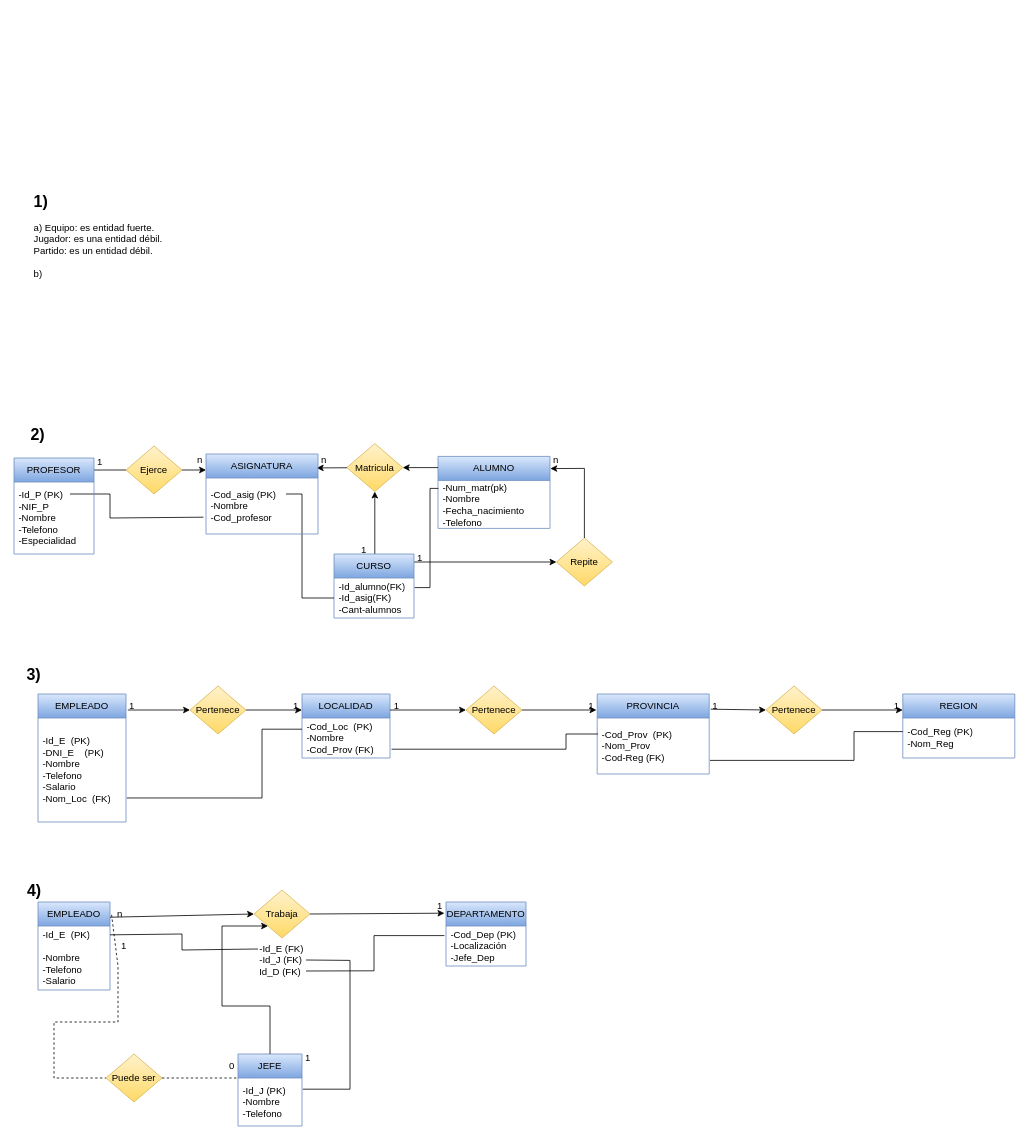
The draw.io diagram Diagrama sin título.drawio in NahuelLV/Base-de-Datos, before the edit. Source tidied: cells renumbered, new cells numbered last; positions are measured from the earlier drawing's top-left corner, leaving out a move shared by most shapes. Both pictures are drawn from the tidied source at 80%, with x=0, y=0 at pixel (14, 190).
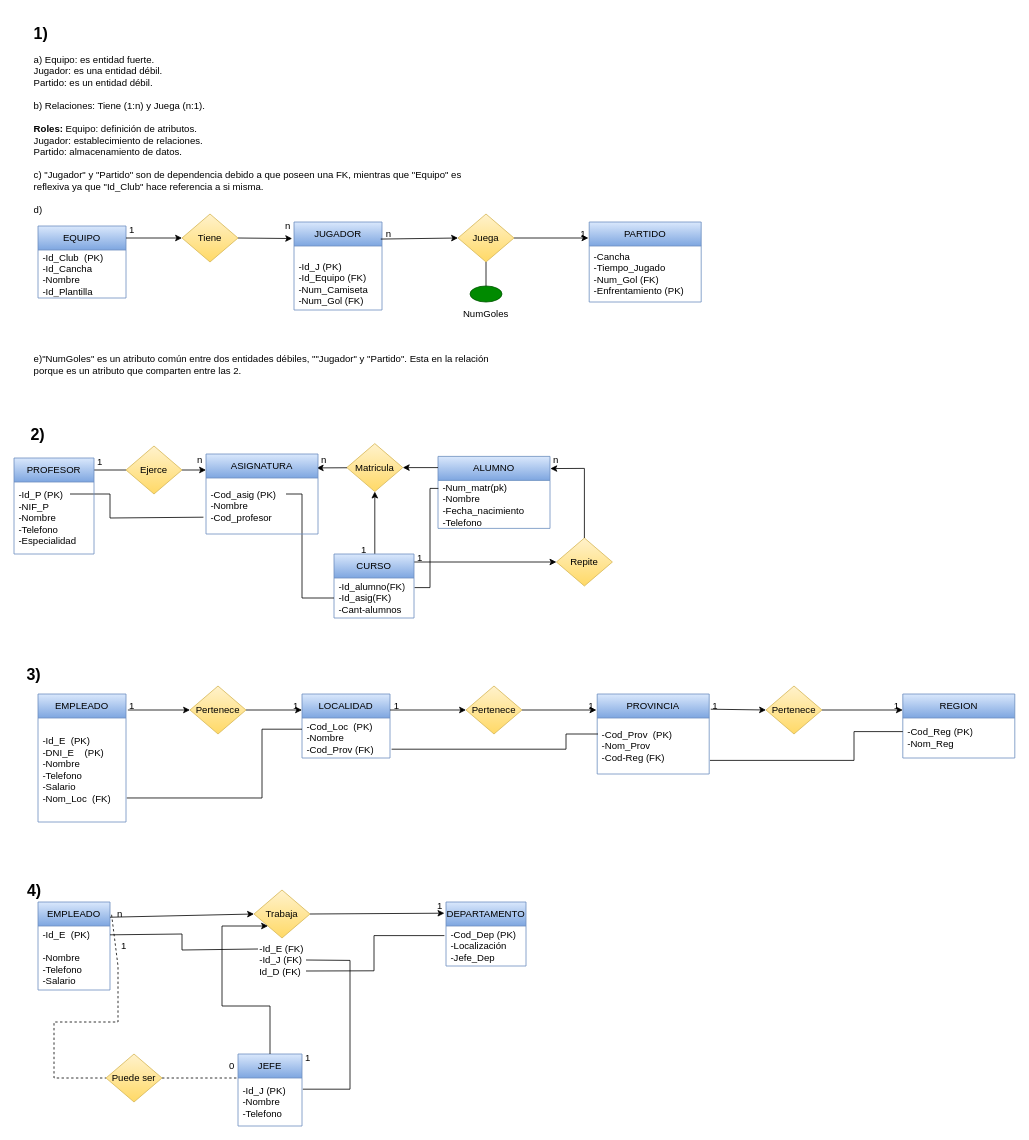
After the change.

What changed in the source:
```diff
@@
-    <mxCell id="84" value="&lt;h1 style=&quot;font-size: 20px;&quot;&gt;1)&lt;/h1&gt;&lt;div&gt;a) Equipo: es entidad fuerte.&lt;/div&gt;&lt;div&gt;Jugador: es una entidad débil.&lt;/div&gt;&lt;div&gt;Partido: es un entidad débil.&amp;nbsp;&lt;/div&gt;&lt;div&gt;&lt;br&gt;&lt;/div&gt;&lt;div&gt;b)&amp;nbsp;&lt;/div&gt;" style="text;html=1;strokeColor=none;fillColor=none;spacing=5;spacingTop=-20;whiteSpace=wrap;overflow=hidden;rounded=0;" parent="1" vertex="1">
-      <mxGeometry x="20" width="595" height="120" as="geometry" />
+    <mxCell id="84" value="&lt;h1 style=&quot;font-size: 20px;&quot;&gt;1)&lt;/h1&gt;&lt;div&gt;a) Equipo: es entidad fuerte.&lt;/div&gt;&lt;div&gt;Jugador: es una entidad débil.&lt;/div&gt;&lt;div&gt;Partido: es un entidad débil.&amp;nbsp;&lt;/div&gt;&lt;div&gt;&lt;br&gt;&lt;/div&gt;&lt;div&gt;b) Relaciones: Tiene (1:n) y Juega (n:1).&lt;/div&gt;&lt;div&gt;&lt;br&gt;&lt;/div&gt;&lt;div&gt;&lt;b&gt;Roles:&lt;/b&gt; Equipo: definición de atributos.&lt;/div&gt;&lt;div&gt;Jugador: establecimiento de relaciones.&lt;/div&gt;&lt;div&gt;Partido: almacenamiento de datos.&lt;/div&gt;&lt;div&gt;&lt;br&gt;&lt;/div&gt;&lt;div&gt;c) &quot;Jugador&quot; y &quot;Partido&quot; son de dependencia debido a que poseen una FK, mientras que &quot;Equipo&quot; es&amp;nbsp; reflexiva ya que &quot;Id_Club&quot; hace referencia a si misma.&lt;/div&gt;&lt;div&gt;&lt;br&gt;&lt;/div&gt;&lt;div&gt;d)&amp;nbsp; &amp;nbsp;&lt;/div&gt;&lt;div&gt;&lt;br&gt;&lt;/div&gt;&lt;div&gt;&lt;br&gt;&lt;/div&gt;&lt;div&gt;&lt;br&gt;&lt;/div&gt;&lt;div&gt;&lt;br&gt;&lt;/div&gt;&lt;div&gt;&lt;br&gt;&lt;/div&gt;&lt;div&gt;&lt;br&gt;&lt;/div&gt;&lt;div&gt;&lt;br&gt;&lt;/div&gt;&lt;div&gt;&lt;br&gt;&lt;/div&gt;&lt;div&gt;&lt;br&gt;&lt;/div&gt;&lt;div&gt;&lt;br&gt;&lt;/div&gt;&lt;div&gt;&lt;br&gt;&lt;/div&gt;&lt;div&gt;&lt;br&gt;&lt;/div&gt;&lt;div&gt;e)&quot;NumGoles&quot; es un atributo común entre dos entidades débiles, &quot;&quot;Jugador&quot; y &quot;Partido&quot;. Esta en la relación&amp;nbsp;&lt;/div&gt;&lt;div&gt;porque es un atributo que comparten entre las 2.&lt;/div&gt;" style="text;html=1;strokeColor=none;fillColor=none;spacing=5;spacingTop=-20;whiteSpace=wrap;overflow=hidden;rounded=0;" parent="1" vertex="1">
+      <mxGeometry x="20" y="-210" width="590" height="460" as="geometry" />
     </mxCell>
+    <mxCell id="85" value="EQUIPO" style="swimlane;fontStyle=0;horizontal=1;startSize=30;whiteSpace=wrap;html=1;fillColor=#dae8fc;gradientColor=#7ea6e0;strokeColor=#6c8ebf;" parent="1" vertex="1">
+      <mxGeometry x="30" y="45" width="110" height="90" as="geometry" />
+    </mxCell>
+    <mxCell id="86" value="-Id_Club&amp;nbsp; (PK)&lt;br&gt;-Id_Cancha&lt;br&gt;-Nombre&lt;br&gt;-Id_Plantilla" style="text;strokeColor=none;fillColor=none;align=left;verticalAlign=middle;spacingLeft=4;spacingRight=4;overflow=hidden;whiteSpace=wrap;html=1;" parent="85" vertex="1">
+      <mxGeometry y="30" width="110" height="60" as="geometry" />
+    </mxCell>
+    <mxCell id="87" value="JUGADOR" style="swimlane;fontStyle=0;horizontal=1;startSize=30;whiteSpace=wrap;html=1;fillColor=#dae8fc;gradientColor=#7ea6e0;strokeColor=#6c8ebf;" parent="1" vertex="1">
+      <mxGeometry x="350" y="40" width="110" height="110" as="geometry" />
+    </mxCell>
+    <mxCell id="88" value="&lt;br&gt;-Id_J (PK)&lt;br&gt;-Id_Equipo (FK)&lt;br&gt;-Num_Camiseta&lt;br&gt;-Num_Gol (FK)" style="text;strokeColor=none;fillColor=none;align=left;verticalAlign=middle;spacingLeft=4;spacingRight=4;overflow=hidden;whiteSpace=wrap;html=1;" parent="87" vertex="1">
+      <mxGeometry y="30" width="110" height="80" as="geometry" />
+    </mxCell>
+    <mxCell id="89" value="PARTIDO" style="swimlane;fontStyle=0;horizontal=1;startSize=30;whiteSpace=wrap;html=1;fillColor=#dae8fc;gradientColor=#7ea6e0;strokeColor=#6c8ebf;" parent="1" vertex="1">
+      <mxGeometry x="719" y="40" width="140" height="100" as="geometry" />
+    </mxCell>
+    <mxCell id="90" value="-Cancha&lt;br&gt;-Tiempo_Jugado&lt;br&gt;-Num_Gol (FK)&lt;br&gt;-Enfrentamiento (PK)" style="text;strokeColor=none;fillColor=none;align=left;verticalAlign=middle;spacingLeft=4;spacingRight=4;overflow=hidden;whiteSpace=wrap;html=1;" parent="89" vertex="1">
+      <mxGeometry y="30" width="140" height="70" as="geometry" />
+    </mxCell>
+    <mxCell id="91" style="endArrow=classic;html=1;rounded=0;entryX=0;entryY=0.5;entryDx=0;entryDy=0;exitX=0.986;exitY=0.194;exitDx=0;exitDy=0;exitPerimeter=0;" parent="1" edge="1" source="87">
+      <mxGeometry relative="1" as="geometry">
+        <mxPoint x="555" y="60" as="targetPoint" />
+      </mxGeometry>
+    </mxCell>
+    <mxCell id="92" style="endArrow=classic;html=1;rounded=0;exitX=1;exitY=0.5;exitDx=0;exitDy=0;entryX=-0.021;entryY=0.188;entryDx=0;entryDy=0;entryPerimeter=0;" parent="1" edge="1" target="87">
+      <mxGeometry relative="1" as="geometry">
+        <mxPoint x="280" y="60" as="sourcePoint" />
+      </mxGeometry>
+    </mxCell>
+    <mxCell id="93" style="endArrow=classic;html=1;rounded=0;entryX=0;entryY=0.5;entryDx=0;entryDy=0;" parent="1" edge="1">
+      <mxGeometry relative="1" as="geometry">
+        <mxPoint x="140" y="60" as="sourcePoint" />
+        <mxPoint x="210" y="60" as="targetPoint" />
+      </mxGeometry>
+    </mxCell>
+    <mxCell id="94" style="endArrow=classic;html=1;rounded=0;exitX=1;exitY=0.5;exitDx=0;exitDy=0;" parent="1" edge="1">
+      <mxGeometry relative="1" as="geometry">
+        <mxPoint x="625" y="60" as="sourcePoint" />
+        <mxPoint x="718" y="60" as="targetPoint" />
+      </mxGeometry>
+    </mxCell>
+    <mxCell id="95" value="1" style="text;html=1;strokeColor=none;fillColor=none;align=center;verticalAlign=middle;whiteSpace=wrap;rounded=0;" parent="1" vertex="1">
+      <mxGeometry x="140" y="45" width="15" height="10" as="geometry" />
+    </mxCell>
+    <mxCell id="96" value="n" style="text;html=1;strokeColor=none;fillColor=none;align=center;verticalAlign=middle;whiteSpace=wrap;rounded=0;" parent="1" vertex="1">
+      <mxGeometry x="335" y="40" width="15" height="10" as="geometry" />
+    </mxCell>
+    <mxCell id="97" value="1" style="text;html=1;strokeColor=none;fillColor=none;align=center;verticalAlign=middle;whiteSpace=wrap;rounded=0;" parent="1" vertex="1">
+      <mxGeometry x="704" y="50" width="15" height="10" as="geometry" />
+    </mxCell>
+    <mxCell id="98" value="n" style="text;html=1;strokeColor=none;fillColor=none;align=center;verticalAlign=middle;whiteSpace=wrap;rounded=0;" parent="1" vertex="1">
+      <mxGeometry x="461" y="50" width="15" height="10" as="geometry" />
+    </mxCell>
+    <mxCell id="99" value="Tiene" style="rhombus;whiteSpace=wrap;html=1;fillColor=#fff2cc;gradientColor=#ffd966;strokeColor=#d6b656;" parent="1" vertex="1">
+      <mxGeometry x="210" y="30" width="70" height="60" as="geometry" />
+    </mxCell>
+    <mxCell id="100" value="Juega" style="rhombus;whiteSpace=wrap;html=1;fillColor=#fff2cc;gradientColor=#ffd966;strokeColor=#d6b656;" parent="1" vertex="1">
+      <mxGeometry x="555" y="30" width="70" height="60" as="geometry" />
+    </mxCell>
+    <mxCell id="101" style="endArrow=none;html=1;rounded=0;entryX=0.5;entryY=1;entryDx=0;entryDy=0;exitX=0.5;exitY=0;exitDx=0;exitDy=0;" parent="1" edge="1" source="102" target="100">
+      <mxGeometry relative="1" as="geometry" />
+    </mxCell>
+    <mxCell id="102" style="ellipse;whiteSpace=wrap;html=1;fillColor=#008a00;strokeColor=#005700;fontColor=#ffffff;" parent="1" vertex="1">
+      <mxGeometry x="570" y="120" width="40" height="20" as="geometry" />
+    </mxCell>
+    <mxCell id="103" value="NumGoles" style="text;html=1;strokeColor=none;fillColor=none;align=center;verticalAlign=middle;whiteSpace=wrap;rounded=0;" parent="1" vertex="1">
+      <mxGeometry x="560" y="140" width="60" height="30" as="geometry" />
+    </mxCell>
```
